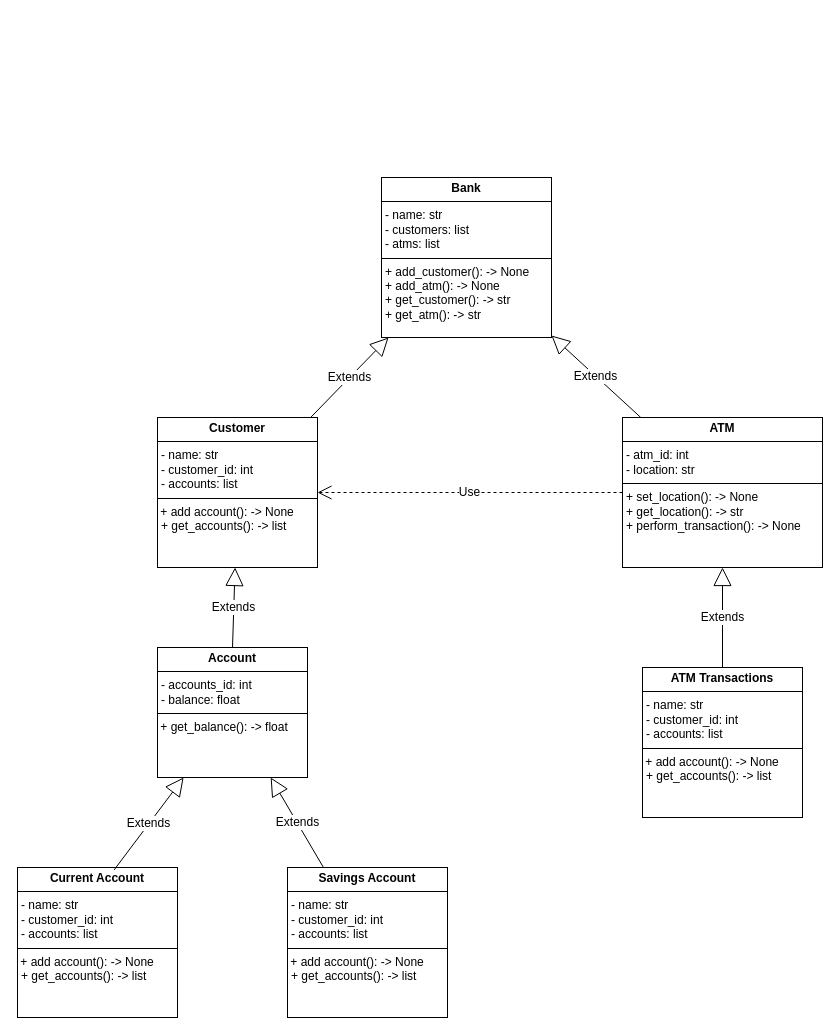
Above: assignment2_class_diagram.drawio in benspz/himolde_spring25 (draw.io), before the change. Source tidied: cells renumbered, new cells numbered last; positions are measured from the earlier drawing's top-left corner, leaving out a move shared by most shapes. Both pictures are drawn from the tidied source at 100%, with x=0, y=0 at pixel (17, 177).
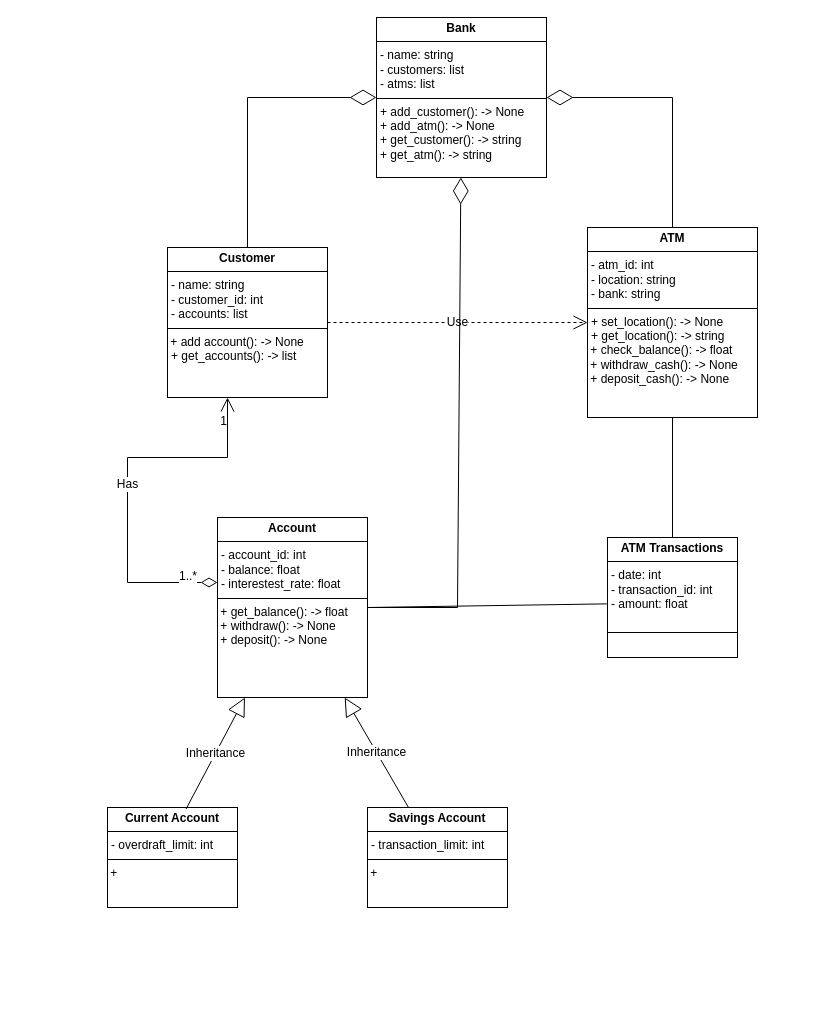
Above is the later version.

Change to the diagram source:
```diff
@@
-    <mxCell id="2" value="Extends" style="endArrow=block;endSize=16;endFill=0;html=1;rounded=0;fontFamily=Helvetica;fontSize=12;fontColor=default;" parent="1" edge="1" source="9" target="7">
-      <mxGeometry relative="1" as="geometry" />
-    </mxCell>
-    <mxCell id="3" value="Extends" style="endArrow=block;endSize=16;endFill=0;html=1;rounded=0;fontFamily=Helvetica;fontSize=12;fontColor=default;" parent="1" edge="1" source="8" target="7">
-      <mxGeometry relative="1" as="geometry" />
-    </mxCell>
-    <mxCell id="4" value="Extends" style="endArrow=block;endSize=16;endFill=0;html=1;rounded=0;fontFamily=Helvetica;fontSize=12;fontColor=default;" parent="1" edge="1" source="12" target="8">
-      <mxGeometry relative="1" as="geometry" />
-    </mxCell>
-    <mxCell id="5" value="Extends" style="endArrow=block;endSize=16;endFill=0;html=1;rounded=0;fontFamily=Helvetica;fontSize=12;fontColor=default;exitX=0.5;exitY=0;exitDx=0;exitDy=0;" parent="1" edge="1" source="11" target="9">
-      <mxGeometry relative="1" as="geometry" />
-    </mxCell>
-    <mxCell id="6" value="Use" style="endArrow=open;endSize=12;dashed=1;html=1;rounded=0;fontFamily=Helvetica;fontSize=12;fontColor=default;" parent="1" edge="1" source="8" target="9">
-      <mxGeometry relative="1" as="geometry" />
-    </mxCell>
-    <mxCell id="7" value="&lt;p style=&quot;margin:0px;margin-top:4px;text-align:center;&quot;&gt;&lt;b&gt;Bank&lt;/b&gt;&lt;/p&gt;&lt;hr size=&quot;1&quot; style=&quot;border-style:solid;&quot;&gt;&lt;p style=&quot;margin:0px;margin-left:4px;&quot;&gt;- name: str&lt;/p&gt;&lt;p style=&quot;margin:0px;margin-left:4px;&quot;&gt;- customers: list&lt;/p&gt;&lt;p style=&quot;margin:0px;margin-left:4px;&quot;&gt;- atms: list&lt;/p&gt;&lt;hr size=&quot;1&quot; style=&quot;border-style:solid;&quot;&gt;&lt;p style=&quot;margin:0px;margin-left:4px;&quot;&gt;+ add_customer(): -&amp;gt; None&lt;/p&gt;&lt;p style=&quot;margin:0px;margin-left:4px;&quot;&gt;+ add_atm(): -&amp;gt; None&lt;/p&gt;&lt;p style=&quot;margin:0px;margin-left:4px;&quot;&gt;+ get_customer(): -&amp;gt; str&lt;/p&gt;&lt;p style=&quot;margin:0px;margin-left:4px;&quot;&gt;+ get_atm(): -&amp;gt; str&lt;/p&gt;" style="verticalAlign=top;align=left;overflow=fill;html=1;whiteSpace=wrap;fontFamily=Helvetica;fontSize=12;fontColor=default;fillColor=none;gradientColor=none;" parent="1" vertex="1">
-      <mxGeometry x="364" width="170" height="160" as="geometry" />
+    <mxCell id="7" value="&lt;p style=&quot;margin:0px;margin-top:4px;text-align:center;&quot;&gt;&lt;b&gt;Bank&lt;/b&gt;&lt;/p&gt;&lt;hr size=&quot;1&quot; style=&quot;border-style:solid;&quot;&gt;&lt;p style=&quot;margin:0px;margin-left:4px;&quot;&gt;- name: string&lt;/p&gt;&lt;p style=&quot;margin:0px;margin-left:4px;&quot;&gt;- customers: list&lt;/p&gt;&lt;p style=&quot;margin:0px;margin-left:4px;&quot;&gt;- atms: list&lt;/p&gt;&lt;hr size=&quot;1&quot; style=&quot;border-style:solid;&quot;&gt;&lt;p style=&quot;margin:0px;margin-left:4px;&quot;&gt;+ add_customer(): -&amp;gt; None&lt;/p&gt;&lt;p style=&quot;margin:0px;margin-left:4px;&quot;&gt;+ add_atm(): -&amp;gt; None&lt;/p&gt;&lt;p style=&quot;margin:0px;margin-left:4px;&quot;&gt;+ get_customer(): -&amp;gt; string&lt;/p&gt;&lt;p style=&quot;margin:0px;margin-left:4px;&quot;&gt;+ get_atm(): -&amp;gt; string&lt;/p&gt;" style="verticalAlign=top;align=left;overflow=fill;html=1;whiteSpace=wrap;fontFamily=Helvetica;fontSize=12;fontColor=default;fillColor=none;gradientColor=none;" parent="1" vertex="1">
+      <mxGeometry x="359" y="-160" width="170" height="160" as="geometry" />
     </mxCell>
-    <mxCell id="8" value="&lt;p style=&quot;margin:0px;margin-top:4px;text-align:center;&quot;&gt;&lt;b&gt;ATM&lt;/b&gt;&lt;/p&gt;&lt;hr size=&quot;1&quot; style=&quot;border-style:solid;&quot;&gt;&lt;p style=&quot;margin:0px;margin-left:4px;&quot;&gt;- atm_id: int&lt;/p&gt;&lt;p style=&quot;margin:0px;margin-left:4px;&quot;&gt;- location: str&lt;/p&gt;&lt;hr size=&quot;1&quot; style=&quot;border-style:solid;&quot;&gt;&lt;p style=&quot;margin:0px;margin-left:4px;&quot;&gt;+ set_location(): -&amp;gt; None&lt;/p&gt;&lt;p style=&quot;margin:0px;margin-left:4px;&quot;&gt;+ get_location(): -&amp;gt; str&lt;/p&gt;&lt;p style=&quot;margin:0px;margin-left:4px;&quot;&gt;+ perform_transaction(): -&amp;gt; None&lt;/p&gt;&lt;p style=&quot;margin:0px;margin-left:4px;&quot;&gt;&lt;br&gt;&lt;/p&gt;" style="verticalAlign=top;align=left;overflow=fill;html=1;whiteSpace=wrap;fontFamily=Helvetica;fontSize=12;fontColor=default;fillColor=none;gradientColor=none;" parent="1" vertex="1">
-      <mxGeometry x="605" y="240" width="200" height="150" as="geometry" />
+    <mxCell id="8" value="&lt;p style=&quot;margin:0px;margin-top:4px;text-align:center;&quot;&gt;&lt;b&gt;ATM&lt;/b&gt;&lt;/p&gt;&lt;hr size=&quot;1&quot; style=&quot;border-style:solid;&quot;&gt;&lt;p style=&quot;margin:0px;margin-left:4px;&quot;&gt;- atm_id: int&lt;/p&gt;&lt;p style=&quot;margin:0px;margin-left:4px;&quot;&gt;- location: string&lt;/p&gt;&lt;p style=&quot;margin:0px;margin-left:4px;&quot;&gt;- bank: string&lt;/p&gt;&lt;hr size=&quot;1&quot; style=&quot;border-style:solid;&quot;&gt;&lt;p style=&quot;margin:0px;margin-left:4px;&quot;&gt;+ set_location(): -&amp;gt; None&lt;/p&gt;&lt;p style=&quot;margin:0px;margin-left:4px;&quot;&gt;+ get_location(): -&amp;gt; string&lt;/p&gt;&lt;div&gt;&amp;nbsp;+ check_balance(): -&amp;gt; float&lt;/div&gt;&lt;div&gt;&amp;nbsp;+ withdraw_cash(): -&amp;gt; None&lt;/div&gt;&lt;div&gt;&amp;nbsp;+ deposit_cash(): -&amp;gt; None&lt;/div&gt;&lt;p style=&quot;margin:0px;margin-left:4px;&quot;&gt;&lt;br&gt;&lt;/p&gt;" style="verticalAlign=top;align=left;overflow=fill;html=1;whiteSpace=wrap;fontFamily=Helvetica;fontSize=12;fontColor=default;fillColor=none;gradientColor=none;" parent="1" vertex="1">
+      <mxGeometry x="570" y="50" width="170" height="190" as="geometry" />
     </mxCell>
-    <mxCell id="9" value="&lt;p style=&quot;margin:0px;margin-top:4px;text-align:center;&quot;&gt;&lt;b&gt;Customer&lt;/b&gt;&lt;/p&gt;&lt;hr size=&quot;1&quot; style=&quot;border-style:solid;&quot;&gt;&lt;p style=&quot;margin:0px;margin-left:4px;&quot;&gt;- name: str&lt;/p&gt;&lt;p style=&quot;margin:0px;margin-left:4px;&quot;&gt;- customer_id: int&lt;/p&gt;&lt;p style=&quot;margin:0px;margin-left:4px;&quot;&gt;- accounts: list&lt;/p&gt;&lt;hr size=&quot;1&quot; style=&quot;border-style:solid;&quot;&gt;&amp;nbsp;+ add account(): -&amp;gt; None&lt;p style=&quot;margin:0px;margin-left:4px;&quot;&gt;+ get_accounts(): -&amp;gt; list&lt;/p&gt;&lt;p style=&quot;margin:0px;margin-left:4px;&quot;&gt;&lt;br&gt;&lt;/p&gt;" style="verticalAlign=top;align=left;overflow=fill;html=1;whiteSpace=wrap;fontFamily=Helvetica;fontSize=12;fontColor=default;fillColor=none;gradientColor=none;" parent="1" vertex="1">
-      <mxGeometry x="140" y="240" width="160" height="150" as="geometry" />
+    <mxCell id="9" value="&lt;p style=&quot;margin:0px;margin-top:4px;text-align:center;&quot;&gt;&lt;b&gt;Customer&lt;/b&gt;&lt;/p&gt;&lt;hr size=&quot;1&quot; style=&quot;border-style:solid;&quot;&gt;&lt;p style=&quot;margin:0px;margin-left:4px;&quot;&gt;- name: string&lt;/p&gt;&lt;p style=&quot;margin:0px;margin-left:4px;&quot;&gt;- customer_id: int&lt;/p&gt;&lt;p style=&quot;margin:0px;margin-left:4px;&quot;&gt;- accounts: list&lt;/p&gt;&lt;hr size=&quot;1&quot; style=&quot;border-style:solid;&quot;&gt;&amp;nbsp;+ add account(): -&amp;gt; None&lt;p style=&quot;margin:0px;margin-left:4px;&quot;&gt;+ get_accounts(): -&amp;gt; list&lt;/p&gt;&lt;p style=&quot;margin:0px;margin-left:4px;&quot;&gt;&lt;br&gt;&lt;/p&gt;" style="verticalAlign=top;align=left;overflow=fill;html=1;whiteSpace=wrap;fontFamily=Helvetica;fontSize=12;fontColor=default;fillColor=none;gradientColor=none;" parent="1" vertex="1">
+      <mxGeometry x="150" y="70" width="160" height="150" as="geometry" />
     </mxCell>
-    <mxCell id="10" value="&lt;p style=&quot;margin:0px;margin-top:4px;text-align:center;&quot;&gt;&lt;b&gt;Current Account&lt;/b&gt;&lt;/p&gt;&lt;hr size=&quot;1&quot; style=&quot;border-style:solid;&quot;&gt;&lt;p style=&quot;margin:0px;margin-left:4px;&quot;&gt;- name: str&lt;/p&gt;&lt;p style=&quot;margin:0px;margin-left:4px;&quot;&gt;- customer_id: int&lt;/p&gt;&lt;p style=&quot;margin:0px;margin-left:4px;&quot;&gt;- accounts: list&lt;/p&gt;&lt;hr size=&quot;1&quot; style=&quot;border-style:solid;&quot;&gt;&amp;nbsp;+ add account(): -&amp;gt; None&lt;p style=&quot;margin:0px;margin-left:4px;&quot;&gt;+ get_accounts(): -&amp;gt; list&lt;/p&gt;&lt;p style=&quot;margin:0px;margin-left:4px;&quot;&gt;&lt;br&gt;&lt;/p&gt;" style="verticalAlign=top;align=left;overflow=fill;html=1;whiteSpace=wrap;fontFamily=Helvetica;fontSize=12;fontColor=default;fillColor=none;gradientColor=none;" parent="1" vertex="1">
-      <mxGeometry y="690" width="160" height="150" as="geometry" />
+    <mxCell id="10" value="&lt;p style=&quot;margin:0px;margin-top:4px;text-align:center;&quot;&gt;&lt;b&gt;Current Account&lt;/b&gt;&lt;/p&gt;&lt;hr size=&quot;1&quot; style=&quot;border-style:solid;&quot;&gt;&lt;p style=&quot;margin:0px;margin-left:4px;&quot;&gt;- overdraft_limit: int&lt;/p&gt;&lt;hr size=&quot;1&quot; style=&quot;border-style:solid;&quot;&gt;&amp;nbsp;+ &lt;br&gt;&lt;p style=&quot;margin:0px;margin-left:4px;&quot;&gt;&lt;br&gt;&lt;/p&gt;" style="verticalAlign=top;align=left;overflow=fill;html=1;whiteSpace=wrap;fontFamily=Helvetica;fontSize=12;fontColor=default;fillColor=none;gradientColor=none;" parent="1" vertex="1">
+      <mxGeometry x="90" y="630" width="130" height="100" as="geometry" />
     </mxCell>
-    <mxCell id="11" value="&lt;p style=&quot;margin:0px;margin-top:4px;text-align:center;&quot;&gt;&lt;b&gt;Account&lt;/b&gt;&lt;/p&gt;&lt;hr size=&quot;1&quot; style=&quot;border-style:solid;&quot;&gt;&lt;p style=&quot;margin:0px;margin-left:4px;&quot;&gt;- accounts_id: int&lt;/p&gt;&lt;p style=&quot;margin:0px;margin-left:4px;&quot;&gt;- balance: float&lt;/p&gt;&lt;hr size=&quot;1&quot; style=&quot;border-style:solid;&quot;&gt;&lt;div&gt;&amp;nbsp;+ get_balance(): -&amp;gt; float&lt;/div&gt;&lt;div&gt;&lt;br&gt;&lt;/div&gt;&lt;p style=&quot;margin:0px;margin-left:4px;&quot;&gt;&lt;br&gt;&lt;/p&gt;" style="verticalAlign=top;align=left;overflow=fill;html=1;whiteSpace=wrap;fontFamily=Helvetica;fontSize=12;fontColor=default;fillColor=none;gradientColor=none;" parent="1" vertex="1">
-      <mxGeometry x="140" y="470" width="150" height="130" as="geometry" />
+    <mxCell id="11" value="&lt;p style=&quot;margin:0px;margin-top:4px;text-align:center;&quot;&gt;&lt;b&gt;Account&lt;/b&gt;&lt;/p&gt;&lt;hr size=&quot;1&quot; style=&quot;border-style:solid;&quot;&gt;&lt;p style=&quot;margin:0px;margin-left:4px;&quot;&gt;- account_id: int&lt;/p&gt;&lt;p style=&quot;margin:0px;margin-left:4px;&quot;&gt;- balance: float&lt;/p&gt;&lt;p style=&quot;margin:0px;margin-left:4px;&quot;&gt;- interestest_rate: float&lt;/p&gt;&lt;hr size=&quot;1&quot; style=&quot;border-style:solid;&quot;&gt;&lt;div&gt;&amp;nbsp;+ get_balance(): -&amp;gt; float&lt;/div&gt;&lt;div&gt;&amp;nbsp;+ withdraw(): -&amp;gt; None&lt;/div&gt;&lt;div&gt;&amp;nbsp;+ deposit(): -&amp;gt; None&lt;/div&gt;&lt;div&gt;&lt;br&gt;&lt;/div&gt;&lt;p style=&quot;margin:0px;margin-left:4px;&quot;&gt;&lt;br&gt;&lt;/p&gt;" style="verticalAlign=top;align=left;overflow=fill;html=1;whiteSpace=wrap;fontFamily=Helvetica;fontSize=12;fontColor=default;fillColor=none;gradientColor=none;" parent="1" vertex="1">
+      <mxGeometry x="200" y="340" width="150" height="180" as="geometry" />
     </mxCell>
-    <mxCell id="12" value="&lt;p style=&quot;margin:0px;margin-top:4px;text-align:center;&quot;&gt;&lt;b&gt;ATM Transactions&lt;/b&gt;&lt;/p&gt;&lt;hr size=&quot;1&quot; style=&quot;border-style:solid;&quot;&gt;&lt;p style=&quot;margin:0px;margin-left:4px;&quot;&gt;- name: str&lt;/p&gt;&lt;p style=&quot;margin:0px;margin-left:4px;&quot;&gt;- customer_id: int&lt;/p&gt;&lt;p style=&quot;margin:0px;margin-left:4px;&quot;&gt;- accounts: list&lt;/p&gt;&lt;hr size=&quot;1&quot; style=&quot;border-style:solid;&quot;&gt;&amp;nbsp;+ add account(): -&amp;gt; None&lt;p style=&quot;margin:0px;margin-left:4px;&quot;&gt;+ get_accounts(): -&amp;gt; list&lt;/p&gt;&lt;p style=&quot;margin:0px;margin-left:4px;&quot;&gt;&lt;br&gt;&lt;/p&gt;" style="verticalAlign=top;align=left;overflow=fill;html=1;whiteSpace=wrap;fontFamily=Helvetica;fontSize=12;fontColor=default;fillColor=none;gradientColor=none;" parent="1" vertex="1">
-      <mxGeometry x="625" y="490" width="160" height="150" as="geometry" />
+    <mxCell id="12" value="&lt;p style=&quot;margin:0px;margin-top:4px;text-align:center;&quot;&gt;&lt;b&gt;ATM Transactions&lt;/b&gt;&lt;/p&gt;&lt;hr size=&quot;1&quot; style=&quot;border-style:solid;&quot;&gt;&lt;p style=&quot;margin:0px;margin-left:4px;&quot;&gt;- date: int&lt;/p&gt;&lt;p style=&quot;margin:0px;margin-left:4px;&quot;&gt;- transaction_id: int&lt;/p&gt;&lt;p style=&quot;margin:0px;margin-left:4px;&quot;&gt;- amount: float&lt;/p&gt;&lt;p style=&quot;margin:0px;margin-left:4px;&quot;&gt;&lt;br&gt;&lt;/p&gt;&lt;hr size=&quot;1&quot; style=&quot;border-style:solid;&quot;&gt;" style="verticalAlign=top;align=left;overflow=fill;html=1;whiteSpace=wrap;fontFamily=Helvetica;fontSize=12;fontColor=default;fillColor=none;gradientColor=none;" parent="1" vertex="1">
+      <mxGeometry x="590" y="360" width="130" height="120" as="geometry" />
     </mxCell>
-    <mxCell id="13" value="&lt;p style=&quot;margin:0px;margin-top:4px;text-align:center;&quot;&gt;&lt;b&gt;Savings Account&lt;/b&gt;&lt;/p&gt;&lt;hr size=&quot;1&quot; style=&quot;border-style:solid;&quot;&gt;&lt;p style=&quot;margin:0px;margin-left:4px;&quot;&gt;- name: str&lt;/p&gt;&lt;p style=&quot;margin:0px;margin-left:4px;&quot;&gt;- customer_id: int&lt;/p&gt;&lt;p style=&quot;margin:0px;margin-left:4px;&quot;&gt;- accounts: list&lt;/p&gt;&lt;hr size=&quot;1&quot; style=&quot;border-style:solid;&quot;&gt;&amp;nbsp;+ add account(): -&amp;gt; None&lt;p style=&quot;margin:0px;margin-left:4px;&quot;&gt;+ get_accounts(): -&amp;gt; list&lt;/p&gt;&lt;p style=&quot;margin:0px;margin-left:4px;&quot;&gt;&lt;br&gt;&lt;/p&gt;" style="verticalAlign=top;align=left;overflow=fill;html=1;whiteSpace=wrap;fontFamily=Helvetica;fontSize=12;fontColor=default;fillColor=none;gradientColor=none;" parent="1" vertex="1">
-      <mxGeometry x="270" y="690" width="160" height="150" as="geometry" />
+    <mxCell id="13" value="&lt;p style=&quot;margin:0px;margin-top:4px;text-align:center;&quot;&gt;&lt;b&gt;Savings Account&lt;/b&gt;&lt;/p&gt;&lt;hr size=&quot;1&quot; style=&quot;border-style:solid;&quot;&gt;&lt;p style=&quot;margin:0px;margin-left:4px;&quot;&gt;- transaction_limit: int&lt;/p&gt;&lt;hr size=&quot;1&quot; style=&quot;border-style:solid;&quot;&gt;&amp;nbsp;+&lt;p style=&quot;margin:0px;margin-left:4px;&quot;&gt;&lt;br&gt;&lt;/p&gt;" style="verticalAlign=top;align=left;overflow=fill;html=1;whiteSpace=wrap;fontFamily=Helvetica;fontSize=12;fontColor=default;fillColor=none;gradientColor=none;" parent="1" vertex="1">
+      <mxGeometry x="350" y="630" width="140" height="100" as="geometry" />
     </mxCell>
-    <mxCell id="14" value="Extends" style="endArrow=block;endSize=16;endFill=0;html=1;rounded=0;fontFamily=Helvetica;fontSize=12;fontColor=default;exitX=0.604;exitY=0.016;exitDx=0;exitDy=0;exitPerimeter=0;" parent="1" edge="1" source="10" target="11">
+    <mxCell id="14" value="Inheritance" style="endArrow=block;endSize=16;endFill=0;html=1;rounded=0;fontFamily=Helvetica;fontSize=12;fontColor=default;exitX=0.604;exitY=0.016;exitDx=0;exitDy=0;exitPerimeter=0;" parent="1" edge="1" source="10" target="11">
       <mxGeometry relative="1" as="geometry" />
     </mxCell>
-    <mxCell id="15" value="Extends" style="endArrow=block;endSize=16;endFill=0;html=1;rounded=0;fontFamily=Helvetica;fontSize=12;fontColor=default;" parent="1" edge="1" source="13" target="11">
+    <mxCell id="15" value="Inheritance" style="endArrow=block;endSize=16;endFill=0;html=1;rounded=0;fontFamily=Helvetica;fontSize=12;fontColor=default;" parent="1" edge="1" source="13" target="11">
       <mxGeometry relative="1" as="geometry" />
     </mxCell>
+    <mxCell id="2" style="endArrow=diamondThin;endFill=0;endSize=24;html=1;rounded=0;fontFamily=Helvetica;fontSize=12;fontColor=default;" parent="1" edge="1" source="9" target="7">
+      <mxGeometry relative="1" as="geometry">
+        <Array as="points">
+          <mxPoint x="230" y="-80" />
+        </Array>
+      </mxGeometry>
+    </mxCell>
+    <mxCell id="3" style="endArrow=diamondThin;endFill=0;endSize=24;html=1;rounded=0;fontFamily=Helvetica;fontSize=12;fontColor=default;" parent="1" edge="1" source="8" target="7">
+      <mxGeometry relative="1" as="geometry">
+        <Array as="points">
+          <mxPoint x="655" y="-80" />
+        </Array>
+      </mxGeometry>
+    </mxCell>
+    <mxCell id="6" value="Use" style="endArrow=open;endSize=12;dashed=1;html=1;rounded=0;fontFamily=Helvetica;fontSize=12;fontColor=default;" parent="1" edge="1" source="9" target="8">
+      <mxGeometry relative="1" as="geometry" />
+    </mxCell>
+    <mxCell id="16" style="endArrow=diamondThin;endFill=0;endSize=24;html=1;rounded=0;fontFamily=Helvetica;fontSize=12;fontColor=default;" parent="1" edge="1" source="11" target="7">
+      <mxGeometry relative="1" as="geometry">
+        <Array as="points">
+          <mxPoint x="440" y="430" />
+        </Array>
+      </mxGeometry>
+    </mxCell>
+    <mxCell id="17" value="Has" style="endArrow=open;html=1;endSize=12;startArrow=diamondThin;startSize=14;startFill=0;edgeStyle=orthogonalEdgeStyle;rounded=0;fontFamily=Helvetica;fontSize=12;fontColor=default;" parent="1" edge="1" source="11">
+      <mxGeometry relative="1" as="geometry">
+        <mxPoint x="210" y="220" as="targetPoint" />
+        <Array as="points">
+          <mxPoint x="110" y="405" />
+          <mxPoint x="110" y="280" />
+          <mxPoint x="210" y="280" />
+        </Array>
+      </mxGeometry>
+    </mxCell>
+    <mxCell id="18" value="1..*" style="edgeLabel;html=1;align=left;verticalAlign=top;fontFamily=Helvetica;fontSize=12;fontColor=default;fillColor=none;gradientColor=none;" parent="17" vertex="1">
+      <mxGeometry x="-1" width="40" height="30" relative="1" as="geometry">
+        <mxPoint x="-40" y="-20" as="offset" />
+      </mxGeometry>
+    </mxCell>
+    <mxCell id="19" value="1" style="edgeLabel;html=1;align=right;verticalAlign=top;fontFamily=Helvetica;fontSize=12;fontColor=default;fillColor=none;gradientColor=none;" parent="17" vertex="1">
+      <mxGeometry x="1" relative="1" as="geometry">
+        <mxPoint y="10" as="offset" />
+      </mxGeometry>
+    </mxCell>
+    <mxCell id="20" style="endArrow=none;html=1;rounded=0;fontFamily=Helvetica;fontSize=12;fontColor=default;entryX=-0.006;entryY=0.553;entryDx=0;entryDy=0;entryPerimeter=0;exitX=1;exitY=0.5;exitDx=0;exitDy=0;" parent="1" edge="1" source="11" target="12">
+      <mxGeometry relative="1" as="geometry" />
+    </mxCell>
+    <mxCell id="4" style="endArrow=none;html=1;rounded=0;fontFamily=Helvetica;fontSize=12;fontColor=default;" parent="1" edge="1" source="12" target="8">
+      <mxGeometry relative="1" as="geometry" />
+    </mxCell>
```
